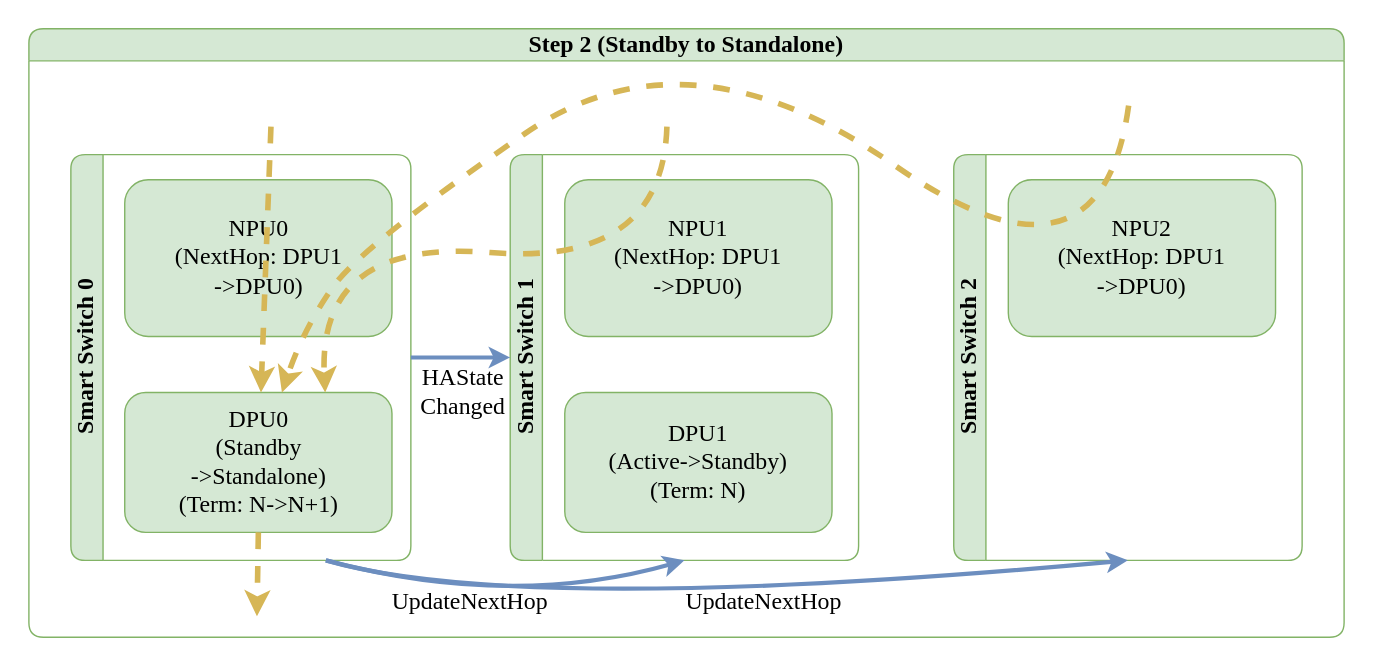
sonic-net/SONiC keeps this draw.io diagram as doc/smart-switch/high-availability/images/ha-unplanned-events-enter-standalone-with-peer-up-step-2-standby.svg. Above is the earlier version. Source tidied: cells renumbered, new cells last; positions are measured from the earlier drawing's top-left corner, leaving out a move shared by most shapes. Source of this version:
```xml
<mxGraphModel>
  <root>
    <mxCell id="0" />
    <mxCell id="1" parent="0" />
    <mxCell id="2" value="Step 2 (Standby to Standalone)" style="swimlane;horizontal=1;whiteSpace=wrap;html=1;rounded=1;labelBorderColor=none;strokeColor=#82b366;fontFamily=Consolas;fontSize=17;startSize=23;fillColor=#d5e8d4;swimlaneFillColor=#FFFFFF;" parent="1" vertex="1">
      <mxGeometry y="5" width="940" height="435" as="geometry" />
    </mxCell>
    <mxCell id="3" value="Smart Switch 0" style="swimlane;horizontal=0;whiteSpace=wrap;html=1;rounded=1;labelBorderColor=none;strokeColor=#82b366;fontFamily=Consolas;fontSize=17;startSize=23;fillColor=#d5e8d4;swimlaneFillColor=#FFFFFF;" parent="2" vertex="1">
      <mxGeometry x="30" y="90" width="243" height="290" as="geometry" />
    </mxCell>
    <mxCell id="4" value="NPU0&lt;br style=&quot;font-size: 17px;&quot;&gt;(NextHop: DPU1&lt;br style=&quot;font-size: 17px;&quot;&gt;-&amp;gt;DPU0)" style="rounded=1;whiteSpace=wrap;html=1;strokeColor=#82b366;fontFamily=Consolas;fontSize=17;startSize=23;fillColor=#d5e8d4;" parent="3" vertex="1">
      <mxGeometry x="38.5" y="18" width="191" height="112" as="geometry" />
    </mxCell>
    <mxCell id="5" value="DPU0&lt;br style=&quot;border-color: var(--border-color); font-size: 17px;&quot;&gt;(Standby&lt;br style=&quot;font-size: 17px;&quot;&gt;-&amp;gt;Standalone)&lt;br style=&quot;font-size: 17px;&quot;&gt;(Term: N-&amp;gt;N+1)" style="rounded=1;whiteSpace=wrap;html=1;strokeColor=#82b366;fontFamily=Consolas;fontSize=17;startSize=23;fillColor=#d5e8d4;" parent="3" vertex="1">
      <mxGeometry x="38.5" y="170" width="191" height="100" as="geometry" />
    </mxCell>
    <mxCell id="6" value="Smart Switch 1" style="swimlane;horizontal=0;whiteSpace=wrap;html=1;rounded=1;labelBorderColor=none;strokeColor=#82b366;fontFamily=Consolas;fontSize=17;startSize=23;fillColor=#d5e8d4;swimlaneFillColor=#FFFFFF;" parent="2" vertex="1">
      <mxGeometry x="344" y="90" width="249" height="290" as="geometry" />
    </mxCell>
    <mxCell id="7" value="NPU1&lt;br style=&quot;font-size: 17px;&quot;&gt;(NextHop: DPU1&lt;br style=&quot;font-size: 17px;&quot;&gt;-&amp;gt;DPU0)" style="rounded=1;whiteSpace=wrap;html=1;strokeColor=#82b366;fontFamily=Consolas;fontSize=17;startSize=23;fillColor=#d5e8d4;" parent="6" vertex="1">
      <mxGeometry x="39" y="18" width="191" height="112" as="geometry" />
    </mxCell>
    <mxCell id="8" value="DPU1&lt;br style=&quot;border-color: var(--border-color); font-size: 17px;&quot;&gt;(Active-&amp;gt;Standby)&lt;br style=&quot;border-color: var(--border-color); font-size: 17px;&quot;&gt;(Term: N)" style="rounded=1;whiteSpace=wrap;html=1;strokeColor=#82b366;fontFamily=Consolas;fontSize=17;startSize=23;fillColor=#d5e8d4;" parent="6" vertex="1">
      <mxGeometry x="39" y="170" width="191" height="100" as="geometry" />
    </mxCell>
    <mxCell id="9" style="curved=1;endArrow=classic;html=1;rounded=0;fillColor=#fff2cc;strokeColor=#d6b656;strokeWidth=4;dashed=1;endFill=1;fontFamily=Consolas;fontSize=17;" parent="2" edge="1" target="5">
      <mxGeometry relative="1" as="geometry">
        <mxPoint x="173" y="70" as="sourcePoint" />
      </mxGeometry>
    </mxCell>
    <mxCell id="10" style="curved=1;endArrow=classic;html=1;rounded=0;entryX=0.75;entryY=0;entryDx=0;entryDy=0;fillColor=#fff2cc;strokeColor=#d6b656;strokeWidth=4;dashed=1;endFill=1;fontFamily=Consolas;fontSize=17;" parent="2" edge="1" target="5">
      <mxGeometry relative="1" as="geometry">
        <mxPoint x="456" y="70" as="sourcePoint" />
        <Array as="points">
          <mxPoint x="453" y="170" />
          <mxPoint x="206" y="150" />
        </Array>
      </mxGeometry>
    </mxCell>
    <mxCell id="11" style="endArrow=classic;html=1;rounded=0;fillColor=#fff2cc;strokeColor=#d6b656;strokeWidth=4;dashed=1;endFill=1;exitX=0.5;exitY=1;exitDx=0;exitDy=0;fontFamily=Consolas;fontSize=17;" parent="2" edge="1" source="5">
      <mxGeometry relative="1" as="geometry">
        <mxPoint x="163" y="420" as="targetPoint" />
      </mxGeometry>
    </mxCell>
    <mxCell id="12" value="Smart Switch 2" style="swimlane;horizontal=0;whiteSpace=wrap;html=1;rounded=1;labelBorderColor=none;strokeColor=#82b366;fontFamily=Consolas;fontSize=17;startSize=23;fillColor=#d5e8d4;swimlaneFillColor=#FFFFFF;" parent="2" vertex="1">
      <mxGeometry x="661" y="90" width="249" height="290" as="geometry" />
    </mxCell>
    <mxCell id="13" value="NPU2&lt;br style=&quot;font-size: 17px;&quot;&gt;(NextHop: DPU1&lt;br style=&quot;font-size: 17px;&quot;&gt;-&amp;gt;DPU0)" style="rounded=1;whiteSpace=wrap;html=1;strokeColor=#82b366;fontFamily=Consolas;fontSize=17;startSize=23;fillColor=#d5e8d4;" parent="12" vertex="1">
      <mxGeometry x="39" y="18" width="191" height="112" as="geometry" />
    </mxCell>
    <mxCell id="14" style="curved=1;endArrow=classic;html=1;rounded=0;fillColor=#fff2cc;strokeColor=#d6b656;strokeWidth=4;dashed=1;endFill=1;fontFamily=Consolas;fontSize=17;" parent="2" edge="1" target="5">
      <mxGeometry relative="1" as="geometry">
        <mxPoint x="786" y="55" as="sourcePoint" />
        <Array as="points">
          <mxPoint x="766" y="200" />
          <mxPoint x="471" y="-5" />
          <mxPoint x="238" y="155" />
          <mxPoint x="196" y="215" />
        </Array>
      </mxGeometry>
    </mxCell>
    <mxCell id="15" value="HAState&lt;br style=&quot;font-size: 17px;&quot;&gt;Changed" style="endArrow=classic;startArrow=none;html=1;exitX=1;exitY=0.5;exitDx=0;exitDy=0;fillColor=#dae8fc;strokeColor=#6c8ebf;strokeWidth=3;fontFamily=Consolas;fontSize=17;startFill=0;endFill=1;labelBackgroundColor=none;curved=1;entryX=0;entryY=0.5;entryDx=0;entryDy=0;" parent="2" edge="1" source="3" target="6">
      <mxGeometry x="0.04" y="-25" relative="1" as="geometry" />
    </mxCell>
    <mxCell id="16" value="UpdateNextHop" style="endArrow=classic;startArrow=none;html=1;exitX=0.75;exitY=1;exitDx=0;exitDy=0;fillColor=#dae8fc;strokeColor=#6c8ebf;strokeWidth=3;fontFamily=Consolas;fontSize=17;startFill=0;endFill=1;labelBackgroundColor=none;curved=1;entryX=0.5;entryY=1;entryDx=0;entryDy=0;" parent="2" edge="1" source="3" target="6">
      <mxGeometry x="-0.19" y="-3" relative="1" as="geometry">
        <Array as="points">
          <mxPoint x="345" y="415" />
        </Array>
      </mxGeometry>
    </mxCell>
    <mxCell id="17" value="UpdateNextHop" style="endArrow=classic;startArrow=none;html=1;fillColor=#dae8fc;strokeColor=#6c8ebf;strokeWidth=3;fontFamily=Consolas;fontSize=17;startFill=0;endFill=1;labelBackgroundColor=none;curved=1;entryX=0.5;entryY=1;entryDx=0;entryDy=0;exitX=0.75;exitY=1;exitDx=0;exitDy=0;" parent="2" edge="1" source="3" target="12">
      <mxGeometry x="0.1" y="-6" relative="1" as="geometry">
        <Array as="points">
          <mxPoint x="350" y="420" />
        </Array>
      </mxGeometry>
    </mxCell>
  </root>
</mxGraphModel>
```
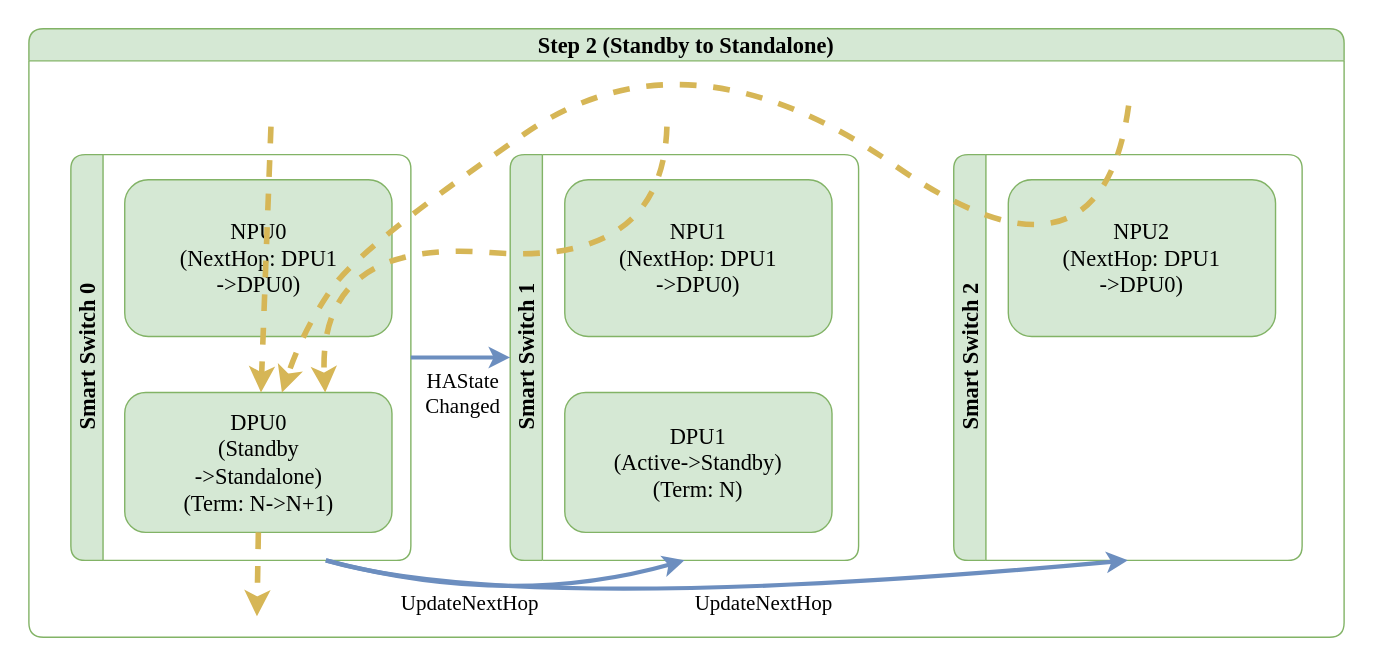
Later version of the same file.

What changed in the source:
```diff
@@ -2,33 +2,33 @@
   <root>
     <mxCell id="0" />
     <mxCell id="1" parent="0" />
-    <mxCell id="2" value="Step 2 (Standby to Standalone)" style="swimlane;horizontal=1;whiteSpace=wrap;html=1;rounded=1;labelBorderColor=none;strokeColor=#82b366;fontFamily=Consolas;fontSize=17;startSize=23;fillColor=#d5e8d4;swimlaneFillColor=#FFFFFF;" parent="1" vertex="1">
+    <mxCell id="2" value="Step 2 (Standby to Standalone)" style="swimlane;horizontal=1;whiteSpace=wrap;html=1;rounded=1;labelBorderColor=none;strokeColor=#82b366;fontFamily=Monaco;fontSize=16;startSize=23;fillColor=#d5e8d4;swimlaneFillColor=#FFFFFF;" parent="1" vertex="1">
       <mxGeometry y="5" width="940" height="435" as="geometry" />
     </mxCell>
-    <mxCell id="3" value="Smart Switch 0" style="swimlane;horizontal=0;whiteSpace=wrap;html=1;rounded=1;labelBorderColor=none;strokeColor=#82b366;fontFamily=Consolas;fontSize=17;startSize=23;fillColor=#d5e8d4;swimlaneFillColor=#FFFFFF;" parent="2" vertex="1">
+    <mxCell id="3" value="Smart Switch 0" style="swimlane;horizontal=0;whiteSpace=wrap;html=1;rounded=1;labelBorderColor=none;strokeColor=#82b366;fontFamily=Monaco;fontSize=16;startSize=23;fillColor=#d5e8d4;swimlaneFillColor=#FFFFFF;" parent="2" vertex="1">
       <mxGeometry x="30" y="90" width="243" height="290" as="geometry" />
     </mxCell>
-    <mxCell id="4" value="NPU0&lt;br style=&quot;font-size: 17px;&quot;&gt;(NextHop: DPU1&lt;br style=&quot;font-size: 17px;&quot;&gt;-&amp;gt;DPU0)" style="rounded=1;whiteSpace=wrap;html=1;strokeColor=#82b366;fontFamily=Consolas;fontSize=17;startSize=23;fillColor=#d5e8d4;" parent="3" vertex="1">
+    <mxCell id="4" value="NPU0&lt;br style=&quot;font-size: 16px;&quot;&gt;(NextHop: DPU1&lt;br style=&quot;font-size: 16px;&quot;&gt;-&amp;gt;DPU0)" style="rounded=1;whiteSpace=wrap;html=1;strokeColor=#82b366;fontFamily=Monaco;fontSize=16;startSize=23;fillColor=#d5e8d4;" parent="3" vertex="1">
       <mxGeometry x="38.5" y="18" width="191" height="112" as="geometry" />
     </mxCell>
-    <mxCell id="5" value="DPU0&lt;br style=&quot;border-color: var(--border-color); font-size: 17px;&quot;&gt;(Standby&lt;br style=&quot;font-size: 17px;&quot;&gt;-&amp;gt;Standalone)&lt;br style=&quot;font-size: 17px;&quot;&gt;(Term: N-&amp;gt;N+1)" style="rounded=1;whiteSpace=wrap;html=1;strokeColor=#82b366;fontFamily=Consolas;fontSize=17;startSize=23;fillColor=#d5e8d4;" parent="3" vertex="1">
+    <mxCell id="5" value="DPU0&lt;br style=&quot;border-color: var(--border-color); font-size: 16px;&quot;&gt;(Standby&lt;br style=&quot;font-size: 16px;&quot;&gt;-&amp;gt;Standalone)&lt;br style=&quot;font-size: 16px;&quot;&gt;(Term: N-&amp;gt;N+1)" style="rounded=1;whiteSpace=wrap;html=1;strokeColor=#82b366;fontFamily=Monaco;fontSize=16;startSize=23;fillColor=#d5e8d4;" parent="3" vertex="1">
       <mxGeometry x="38.5" y="170" width="191" height="100" as="geometry" />
     </mxCell>
-    <mxCell id="6" value="Smart Switch 1" style="swimlane;horizontal=0;whiteSpace=wrap;html=1;rounded=1;labelBorderColor=none;strokeColor=#82b366;fontFamily=Consolas;fontSize=17;startSize=23;fillColor=#d5e8d4;swimlaneFillColor=#FFFFFF;" parent="2" vertex="1">
+    <mxCell id="6" value="Smart Switch 1" style="swimlane;horizontal=0;whiteSpace=wrap;html=1;rounded=1;labelBorderColor=none;strokeColor=#82b366;fontFamily=Monaco;fontSize=16;startSize=23;fillColor=#d5e8d4;swimlaneFillColor=#FFFFFF;" parent="2" vertex="1">
       <mxGeometry x="344" y="90" width="249" height="290" as="geometry" />
     </mxCell>
-    <mxCell id="7" value="NPU1&lt;br style=&quot;font-size: 17px;&quot;&gt;(NextHop: DPU1&lt;br style=&quot;font-size: 17px;&quot;&gt;-&amp;gt;DPU0)" style="rounded=1;whiteSpace=wrap;html=1;strokeColor=#82b366;fontFamily=Consolas;fontSize=17;startSize=23;fillColor=#d5e8d4;" parent="6" vertex="1">
+    <mxCell id="7" value="NPU1&lt;br style=&quot;font-size: 16px;&quot;&gt;(NextHop: DPU1&lt;br style=&quot;font-size: 16px;&quot;&gt;-&amp;gt;DPU0)" style="rounded=1;whiteSpace=wrap;html=1;strokeColor=#82b366;fontFamily=Monaco;fontSize=16;startSize=23;fillColor=#d5e8d4;" parent="6" vertex="1">
       <mxGeometry x="39" y="18" width="191" height="112" as="geometry" />
     </mxCell>
-    <mxCell id="8" value="DPU1&lt;br style=&quot;border-color: var(--border-color); font-size: 17px;&quot;&gt;(Active-&amp;gt;Standby)&lt;br style=&quot;border-color: var(--border-color); font-size: 17px;&quot;&gt;(Term: N)" style="rounded=1;whiteSpace=wrap;html=1;strokeColor=#82b366;fontFamily=Consolas;fontSize=17;startSize=23;fillColor=#d5e8d4;" parent="6" vertex="1">
+    <mxCell id="8" value="DPU1&lt;br style=&quot;border-color: var(--border-color); font-size: 16px;&quot;&gt;(Active-&amp;gt;Standby)&lt;br style=&quot;border-color: var(--border-color); font-size: 16px;&quot;&gt;(Term: N)" style="rounded=1;whiteSpace=wrap;html=1;strokeColor=#82b366;fontFamily=Monaco;fontSize=16;startSize=23;fillColor=#d5e8d4;" parent="6" vertex="1">
       <mxGeometry x="39" y="170" width="191" height="100" as="geometry" />
     </mxCell>
-    <mxCell id="9" style="curved=1;endArrow=classic;html=1;rounded=0;fillColor=#fff2cc;strokeColor=#d6b656;strokeWidth=4;dashed=1;endFill=1;fontFamily=Consolas;fontSize=17;" parent="2" edge="1" target="5">
+    <mxCell id="9" style="curved=1;endArrow=classic;html=1;rounded=0;fillColor=#fff2cc;strokeColor=#d6b656;strokeWidth=4;dashed=1;endFill=1;fontFamily=Monaco;fontSize=16;" parent="2" edge="1" target="5">
       <mxGeometry relative="1" as="geometry">
         <mxPoint x="173" y="70" as="sourcePoint" />
       </mxGeometry>
     </mxCell>
-    <mxCell id="10" style="curved=1;endArrow=classic;html=1;rounded=0;entryX=0.75;entryY=0;entryDx=0;entryDy=0;fillColor=#fff2cc;strokeColor=#d6b656;strokeWidth=4;dashed=1;endFill=1;fontFamily=Consolas;fontSize=17;" parent="2" edge="1" target="5">
+    <mxCell id="10" style="curved=1;endArrow=classic;html=1;rounded=0;entryX=0.75;entryY=0;entryDx=0;entryDy=0;fillColor=#fff2cc;strokeColor=#d6b656;strokeWidth=4;dashed=1;endFill=1;fontFamily=Monaco;fontSize=16;" parent="2" edge="1" target="5">
       <mxGeometry relative="1" as="geometry">
         <mxPoint x="456" y="70" as="sourcePoint" />
         <Array as="points">
@@ -37,18 +37,18 @@
         </Array>
       </mxGeometry>
     </mxCell>
-    <mxCell id="11" style="endArrow=classic;html=1;rounded=0;fillColor=#fff2cc;strokeColor=#d6b656;strokeWidth=4;dashed=1;endFill=1;exitX=0.5;exitY=1;exitDx=0;exitDy=0;fontFamily=Consolas;fontSize=17;" parent="2" edge="1" source="5">
+    <mxCell id="11" style="endArrow=classic;html=1;rounded=0;fillColor=#fff2cc;strokeColor=#d6b656;strokeWidth=4;dashed=1;endFill=1;exitX=0.5;exitY=1;exitDx=0;exitDy=0;fontFamily=Monaco;fontSize=16;" parent="2" edge="1" source="5">
       <mxGeometry relative="1" as="geometry">
         <mxPoint x="163" y="420" as="targetPoint" />
       </mxGeometry>
     </mxCell>
-    <mxCell id="12" value="Smart Switch 2" style="swimlane;horizontal=0;whiteSpace=wrap;html=1;rounded=1;labelBorderColor=none;strokeColor=#82b366;fontFamily=Consolas;fontSize=17;startSize=23;fillColor=#d5e8d4;swimlaneFillColor=#FFFFFF;" parent="2" vertex="1">
+    <mxCell id="12" value="Smart Switch 2" style="swimlane;horizontal=0;whiteSpace=wrap;html=1;rounded=1;labelBorderColor=none;strokeColor=#82b366;fontFamily=Monaco;fontSize=16;startSize=23;fillColor=#d5e8d4;swimlaneFillColor=#FFFFFF;" parent="2" vertex="1">
       <mxGeometry x="661" y="90" width="249" height="290" as="geometry" />
     </mxCell>
-    <mxCell id="13" value="NPU2&lt;br style=&quot;font-size: 17px;&quot;&gt;(NextHop: DPU1&lt;br style=&quot;font-size: 17px;&quot;&gt;-&amp;gt;DPU0)" style="rounded=1;whiteSpace=wrap;html=1;strokeColor=#82b366;fontFamily=Consolas;fontSize=17;startSize=23;fillColor=#d5e8d4;" parent="12" vertex="1">
+    <mxCell id="13" value="NPU2&lt;br style=&quot;font-size: 16px;&quot;&gt;(NextHop: DPU1&lt;br style=&quot;font-size: 16px;&quot;&gt;-&amp;gt;DPU0)" style="rounded=1;whiteSpace=wrap;html=1;strokeColor=#82b366;fontFamily=Monaco;fontSize=16;startSize=23;fillColor=#d5e8d4;" parent="12" vertex="1">
       <mxGeometry x="39" y="18" width="191" height="112" as="geometry" />
     </mxCell>
-    <mxCell id="14" style="curved=1;endArrow=classic;html=1;rounded=0;fillColor=#fff2cc;strokeColor=#d6b656;strokeWidth=4;dashed=1;endFill=1;fontFamily=Consolas;fontSize=17;" parent="2" edge="1" target="5">
+    <mxCell id="14" style="curved=1;endArrow=classic;html=1;rounded=0;fillColor=#fff2cc;strokeColor=#d6b656;strokeWidth=4;dashed=1;endFill=1;fontFamily=Monaco;fontSize=16;" parent="2" edge="1" target="5">
       <mxGeometry relative="1" as="geometry">
         <mxPoint x="786" y="55" as="sourcePoint" />
         <Array as="points">
@@ -59,17 +59,17 @@
         </Array>
       </mxGeometry>
     </mxCell>
-    <mxCell id="15" value="HAState&lt;br style=&quot;font-size: 17px;&quot;&gt;Changed" style="endArrow=classic;startArrow=none;html=1;exitX=1;exitY=0.5;exitDx=0;exitDy=0;fillColor=#dae8fc;strokeColor=#6c8ebf;strokeWidth=3;fontFamily=Consolas;fontSize=17;startFill=0;endFill=1;labelBackgroundColor=none;curved=1;entryX=0;entryY=0.5;entryDx=0;entryDy=0;" parent="2" edge="1" source="3" target="6">
+    <mxCell id="15" value="HAState&lt;br style=&quot;font-size: 15px;&quot;&gt;Changed" style="endArrow=classic;startArrow=none;html=1;exitX=1;exitY=0.5;exitDx=0;exitDy=0;fillColor=#dae8fc;strokeColor=#6c8ebf;strokeWidth=3;fontFamily=Monaco;fontSize=15;startFill=0;endFill=1;labelBackgroundColor=none;curved=1;entryX=0;entryY=0.5;entryDx=0;entryDy=0;" parent="2" edge="1" source="3" target="6">
       <mxGeometry x="0.04" y="-25" relative="1" as="geometry" />
     </mxCell>
-    <mxCell id="16" value="UpdateNextHop" style="endArrow=classic;startArrow=none;html=1;exitX=0.75;exitY=1;exitDx=0;exitDy=0;fillColor=#dae8fc;strokeColor=#6c8ebf;strokeWidth=3;fontFamily=Consolas;fontSize=17;startFill=0;endFill=1;labelBackgroundColor=none;curved=1;entryX=0.5;entryY=1;entryDx=0;entryDy=0;" parent="2" edge="1" source="3" target="6">
+    <mxCell id="16" value="UpdateNextHop" style="endArrow=classic;startArrow=none;html=1;exitX=0.75;exitY=1;exitDx=0;exitDy=0;fillColor=#dae8fc;strokeColor=#6c8ebf;strokeWidth=3;fontFamily=Monaco;fontSize=15;startFill=0;endFill=1;labelBackgroundColor=none;curved=1;entryX=0.5;entryY=1;entryDx=0;entryDy=0;" parent="2" edge="1" source="3" target="6">
       <mxGeometry x="-0.19" y="-3" relative="1" as="geometry">
         <Array as="points">
           <mxPoint x="345" y="415" />
         </Array>
       </mxGeometry>
     </mxCell>
-    <mxCell id="17" value="UpdateNextHop" style="endArrow=classic;startArrow=none;html=1;fillColor=#dae8fc;strokeColor=#6c8ebf;strokeWidth=3;fontFamily=Consolas;fontSize=17;startFill=0;endFill=1;labelBackgroundColor=none;curved=1;entryX=0.5;entryY=1;entryDx=0;entryDy=0;exitX=0.75;exitY=1;exitDx=0;exitDy=0;" parent="2" edge="1" source="3" target="12">
+    <mxCell id="17" value="UpdateNextHop" style="endArrow=classic;startArrow=none;html=1;fillColor=#dae8fc;strokeColor=#6c8ebf;strokeWidth=3;fontFamily=Monaco;fontSize=15;startFill=0;endFill=1;labelBackgroundColor=none;curved=1;entryX=0.5;entryY=1;entryDx=0;entryDy=0;exitX=0.75;exitY=1;exitDx=0;exitDy=0;" parent="2" edge="1" source="3" target="12">
       <mxGeometry x="0.1" y="-6" relative="1" as="geometry">
         <Array as="points">
           <mxPoint x="350" y="420" />
```
